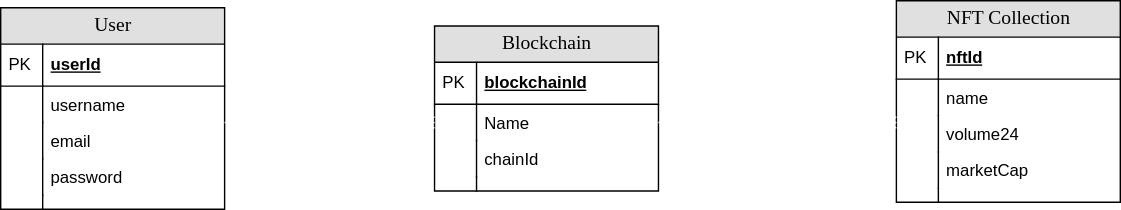
brnguy/Crypto-Tracker keeps this draw.io diagram as ERD.svg. Above is the earlier version. Source tidied: cells renumbered, new cells last; positions are measured from the earlier drawing's top-left corner, leaving out a move shared by most shapes. The source it was exported from:
```xml
<mxGraphModel>
  <root>
    <mxCell id="0" />
    <mxCell id="1" parent="0" />
    <mxCell id="2" value="NFT Collection" style="swimlane;html=1;fontStyle=0;horizontal=1;startSize=26;fillColor=#e0e0e0;swimlaneFillColor=#ffffff;align=center;rounded=0;shadow=0;comic=0;labelBackgroundColor=none;strokeWidth=1;fontFamily=Verdana;fontSize=14;" parent="1" vertex="1">
      <mxGeometry x="640" width="160" height="144" as="geometry" />
    </mxCell>
    <mxCell id="3" value="nftId" style="shape=partialRectangle;top=0;left=0;right=0;bottom=1;html=1;align=left;verticalAlign=middle;fillColor=none;spacingLeft=34;spacingRight=4;whiteSpace=wrap;overflow=hidden;fontStyle=5;" parent="2" vertex="1">
      <mxGeometry y="26" width="160" height="30" as="geometry" />
    </mxCell>
    <mxCell id="4" value="PK" style="shape=partialRectangle;top=0;left=0;bottom=0;html=1;fillColor=none;align=left;verticalAlign=middle;spacingLeft=4;spacingRight=4;whiteSpace=wrap;overflow=hidden;" parent="3" vertex="1">
      <mxGeometry width="30" height="30" as="geometry" />
    </mxCell>
    <mxCell id="5" value="name" style="shape=partialRectangle;top=0;left=0;right=0;bottom=0;html=1;align=left;verticalAlign=top;fillColor=none;spacingLeft=34;spacingRight=4;whiteSpace=wrap;overflow=hidden;" parent="2" vertex="1">
      <mxGeometry y="56" width="160" height="26" as="geometry" />
    </mxCell>
    <mxCell id="6" style="shape=partialRectangle;top=0;left=0;bottom=0;html=1;fillColor=none;align=left;verticalAlign=top;spacingLeft=4;spacingRight=4;whiteSpace=wrap;overflow=hidden;" parent="5" vertex="1">
      <mxGeometry width="30" height="26" as="geometry" />
    </mxCell>
    <mxCell id="7" value="volume24" style="shape=partialRectangle;top=0;left=0;right=0;bottom=0;html=1;align=left;verticalAlign=top;fillColor=none;spacingLeft=34;spacingRight=4;whiteSpace=wrap;overflow=hidden;" parent="2" vertex="1">
      <mxGeometry y="82" width="160" height="26" as="geometry" />
    </mxCell>
    <mxCell id="8" style="shape=partialRectangle;top=0;left=0;bottom=0;html=1;fillColor=none;align=left;verticalAlign=top;spacingLeft=4;spacingRight=4;whiteSpace=wrap;overflow=hidden;" parent="7" vertex="1">
      <mxGeometry width="30" height="26" as="geometry" />
    </mxCell>
    <mxCell id="9" value="marketCap" style="shape=partialRectangle;top=0;left=0;right=0;bottom=0;html=1;align=left;verticalAlign=top;fillColor=none;spacingLeft=34;spacingRight=4;whiteSpace=wrap;overflow=hidden;" parent="2" vertex="1">
      <mxGeometry y="108" width="160" height="26" as="geometry" />
    </mxCell>
    <mxCell id="10" style="shape=partialRectangle;top=0;left=0;bottom=0;html=1;fillColor=none;align=left;verticalAlign=top;spacingLeft=4;spacingRight=4;whiteSpace=wrap;overflow=hidden;" parent="9" vertex="1">
      <mxGeometry width="30" height="26" as="geometry" />
    </mxCell>
    <mxCell id="11" style="shape=partialRectangle;top=0;left=0;right=0;bottom=0;html=1;align=left;verticalAlign=top;fillColor=none;spacingLeft=34;spacingRight=4;whiteSpace=wrap;overflow=hidden;" parent="2" vertex="1">
      <mxGeometry y="134" width="160" height="10" as="geometry" />
    </mxCell>
    <mxCell id="12" style="shape=partialRectangle;top=0;left=0;bottom=0;html=1;fillColor=none;align=left;verticalAlign=top;spacingLeft=4;spacingRight=4;whiteSpace=wrap;overflow=hidden;" parent="11" vertex="1">
      <mxGeometry width="30" height="10" as="geometry" />
    </mxCell>
    <mxCell id="13" value="Blockchain" style="swimlane;html=1;fontStyle=0;horizontal=1;startSize=26;fillColor=#e0e0e0;swimlaneFillColor=#ffffff;align=center;rounded=0;shadow=0;comic=0;labelBackgroundColor=none;strokeWidth=1;fontFamily=Verdana;fontSize=14;" parent="1" vertex="1">
      <mxGeometry x="310" y="18" width="160" height="118" as="geometry" />
    </mxCell>
    <mxCell id="14" value="blockchainId" style="shape=partialRectangle;top=0;left=0;right=0;bottom=1;html=1;align=left;verticalAlign=middle;fillColor=none;spacingLeft=34;spacingRight=4;whiteSpace=wrap;overflow=hidden;fontStyle=5;" parent="13" vertex="1">
      <mxGeometry y="26" width="160" height="30" as="geometry" />
    </mxCell>
    <mxCell id="15" value="PK" style="shape=partialRectangle;top=0;left=0;bottom=0;html=1;fillColor=none;align=left;verticalAlign=middle;spacingLeft=4;spacingRight=4;whiteSpace=wrap;overflow=hidden;" parent="14" vertex="1">
      <mxGeometry width="30" height="30" as="geometry" />
    </mxCell>
    <mxCell id="16" value="Name" style="shape=partialRectangle;top=0;left=0;right=0;bottom=0;html=1;align=left;verticalAlign=top;fillColor=none;spacingLeft=34;spacingRight=4;whiteSpace=wrap;overflow=hidden;points=[[0,0.5],[1,0.5]];portConstraint=eastwest;" parent="13" vertex="1">
      <mxGeometry y="56" width="160" height="26" as="geometry" />
    </mxCell>
    <mxCell id="17" style="shape=partialRectangle;top=0;left=0;bottom=0;html=1;fillColor=none;align=left;verticalAlign=top;spacingLeft=4;spacingRight=4;whiteSpace=wrap;overflow=hidden;" parent="16" vertex="1">
      <mxGeometry width="30" height="26" as="geometry" />
    </mxCell>
    <mxCell id="18" value="chainId" style="shape=partialRectangle;top=0;left=0;right=0;bottom=0;html=1;align=left;verticalAlign=top;fillColor=none;spacingLeft=34;spacingRight=4;whiteSpace=wrap;overflow=hidden;" parent="13" vertex="1">
      <mxGeometry y="82" width="160" height="26" as="geometry" />
    </mxCell>
    <mxCell id="19" style="shape=partialRectangle;top=0;left=0;bottom=0;html=1;fillColor=none;align=left;verticalAlign=top;spacingLeft=4;spacingRight=4;whiteSpace=wrap;overflow=hidden;" parent="18" vertex="1">
      <mxGeometry width="30" height="26" as="geometry" />
    </mxCell>
    <mxCell id="20" style="shape=partialRectangle;top=0;left=0;right=0;bottom=0;html=1;align=left;verticalAlign=top;fillColor=none;spacingLeft=34;spacingRight=4;whiteSpace=wrap;overflow=hidden;" parent="13" vertex="1">
      <mxGeometry y="108" width="160" height="10" as="geometry" />
    </mxCell>
    <mxCell id="21" style="shape=partialRectangle;top=0;left=0;bottom=0;html=1;fillColor=none;align=left;verticalAlign=top;spacingLeft=4;spacingRight=4;whiteSpace=wrap;overflow=hidden;" parent="20" vertex="1">
      <mxGeometry width="30" height="10" as="geometry" />
    </mxCell>
    <mxCell id="22" value="User" style="swimlane;html=1;fontStyle=0;horizontal=1;startSize=26;fillColor=#e0e0e0;swimlaneFillColor=#ffffff;align=center;rounded=0;shadow=0;comic=0;labelBackgroundColor=none;strokeWidth=1;fontFamily=Verdana;fontSize=14;" parent="1" vertex="1">
      <mxGeometry y="5" width="160" height="144" as="geometry" />
    </mxCell>
    <mxCell id="23" value="userId" style="shape=partialRectangle;top=0;left=0;right=0;bottom=1;html=1;align=left;verticalAlign=middle;fillColor=none;spacingLeft=34;spacingRight=4;whiteSpace=wrap;overflow=hidden;fontStyle=5;" parent="22" vertex="1">
      <mxGeometry y="26" width="160" height="30" as="geometry" />
    </mxCell>
    <mxCell id="24" value="PK" style="shape=partialRectangle;top=0;left=0;bottom=0;html=1;fillColor=none;align=left;verticalAlign=middle;spacingLeft=4;spacingRight=4;whiteSpace=wrap;overflow=hidden;" parent="23" vertex="1">
      <mxGeometry width="30" height="30" as="geometry" />
    </mxCell>
    <mxCell id="25" value="username" style="shape=partialRectangle;top=0;left=0;right=0;bottom=0;html=1;align=left;verticalAlign=top;fillColor=none;spacingLeft=34;spacingRight=4;whiteSpace=wrap;overflow=hidden;" parent="22" vertex="1">
      <mxGeometry y="56" width="160" height="26" as="geometry" />
    </mxCell>
    <mxCell id="26" style="shape=partialRectangle;top=0;left=0;bottom=0;html=1;fillColor=none;align=left;verticalAlign=top;spacingLeft=4;spacingRight=4;whiteSpace=wrap;overflow=hidden;" parent="25" vertex="1">
      <mxGeometry width="30" height="26" as="geometry" />
    </mxCell>
    <mxCell id="27" value="email" style="shape=partialRectangle;top=0;left=0;right=0;bottom=0;html=1;align=left;verticalAlign=top;fillColor=none;spacingLeft=34;spacingRight=4;whiteSpace=wrap;overflow=hidden;" parent="22" vertex="1">
      <mxGeometry y="82" width="160" height="26" as="geometry" />
    </mxCell>
    <mxCell id="28" style="shape=partialRectangle;top=0;left=0;bottom=0;html=1;fillColor=none;align=left;verticalAlign=top;spacingLeft=4;spacingRight=4;whiteSpace=wrap;overflow=hidden;" parent="27" vertex="1">
      <mxGeometry width="30" height="26" as="geometry" />
    </mxCell>
    <mxCell id="29" value="password" style="shape=partialRectangle;top=0;left=0;right=0;bottom=0;html=1;align=left;verticalAlign=top;fillColor=none;spacingLeft=34;spacingRight=4;whiteSpace=wrap;overflow=hidden;" parent="22" vertex="1">
      <mxGeometry y="108" width="160" height="26" as="geometry" />
    </mxCell>
    <mxCell id="30" style="shape=partialRectangle;top=0;left=0;bottom=0;html=1;fillColor=none;align=left;verticalAlign=top;spacingLeft=4;spacingRight=4;whiteSpace=wrap;overflow=hidden;" parent="29" vertex="1">
      <mxGeometry width="30" height="26" as="geometry" />
    </mxCell>
    <mxCell id="31" style="shape=partialRectangle;top=0;left=0;right=0;bottom=0;html=1;align=left;verticalAlign=top;fillColor=none;spacingLeft=34;spacingRight=4;whiteSpace=wrap;overflow=hidden;" parent="22" vertex="1">
      <mxGeometry y="134" width="160" height="10" as="geometry" />
    </mxCell>
    <mxCell id="32" style="shape=partialRectangle;top=0;left=0;bottom=0;html=1;fillColor=none;align=left;verticalAlign=top;spacingLeft=4;spacingRight=4;whiteSpace=wrap;overflow=hidden;" parent="31" vertex="1">
      <mxGeometry width="30" height="10" as="geometry" />
    </mxCell>
    <mxCell id="33" style="edgeStyle=none;rounded=0;jettySize=auto;html=1;startArrow=none;startFill=0;endArrow=ERmany;endFill=0;strokeColor=#FFFFFF;" parent="1" edge="1" target="16">
      <mxGeometry relative="1" as="geometry">
        <mxPoint x="160" y="87" as="sourcePoint" />
      </mxGeometry>
    </mxCell>
    <mxCell id="34" style="edgeStyle=none;rounded=0;jettySize=auto;html=1;startArrow=ERmany;startFill=0;endArrow=none;endFill=0;entryX=1;entryY=0.5;entryDx=0;entryDy=0;strokeColor=#FFFFFF;" parent="1" edge="1" target="16">
      <mxGeometry relative="1" as="geometry">
        <mxPoint x="640" y="87" as="sourcePoint" />
      </mxGeometry>
    </mxCell>
  </root>
</mxGraphModel>
```
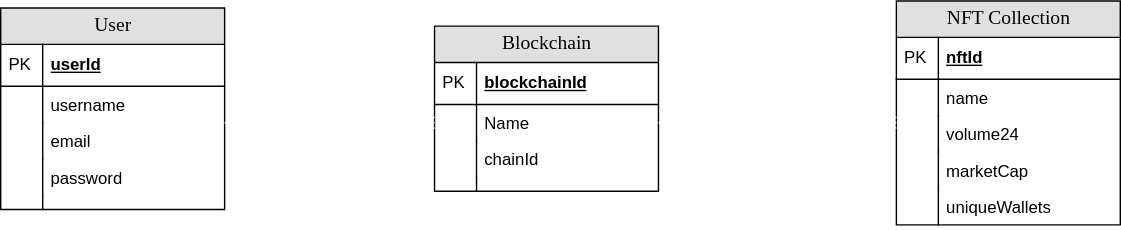
Above is the later version.

Change to the diagram source:
```diff
@@ -3,7 +3,7 @@
     <mxCell id="0" />
     <mxCell id="1" parent="0" />
     <mxCell id="2" value="NFT Collection" style="swimlane;html=1;fontStyle=0;horizontal=1;startSize=26;fillColor=#e0e0e0;swimlaneFillColor=#ffffff;align=center;rounded=0;shadow=0;comic=0;labelBackgroundColor=none;strokeWidth=1;fontFamily=Verdana;fontSize=14;" parent="1" vertex="1">
-      <mxGeometry x="640" width="160" height="144" as="geometry" />
+      <mxGeometry x="640" width="160" height="160" as="geometry" />
     </mxCell>
     <mxCell id="3" value="nftId" style="shape=partialRectangle;top=0;left=0;right=0;bottom=1;html=1;align=left;verticalAlign=middle;fillColor=none;spacingLeft=34;spacingRight=4;whiteSpace=wrap;overflow=hidden;fontStyle=5;" parent="2" vertex="1">
       <mxGeometry y="26" width="160" height="30" as="geometry" />
@@ -29,11 +29,11 @@
     <mxCell id="10" style="shape=partialRectangle;top=0;left=0;bottom=0;html=1;fillColor=none;align=left;verticalAlign=top;spacingLeft=4;spacingRight=4;whiteSpace=wrap;overflow=hidden;" parent="9" vertex="1">
       <mxGeometry width="30" height="26" as="geometry" />
     </mxCell>
-    <mxCell id="11" style="shape=partialRectangle;top=0;left=0;right=0;bottom=0;html=1;align=left;verticalAlign=top;fillColor=none;spacingLeft=34;spacingRight=4;whiteSpace=wrap;overflow=hidden;" parent="2" vertex="1">
-      <mxGeometry y="134" width="160" height="10" as="geometry" />
+    <mxCell id="11" value="uniqueWallets" style="shape=partialRectangle;top=0;left=0;right=0;bottom=0;html=1;align=left;verticalAlign=top;fillColor=none;spacingLeft=34;spacingRight=4;whiteSpace=wrap;overflow=hidden;" parent="2" vertex="1">
+      <mxGeometry y="134" width="160" height="26" as="geometry" />
     </mxCell>
     <mxCell id="12" style="shape=partialRectangle;top=0;left=0;bottom=0;html=1;fillColor=none;align=left;verticalAlign=top;spacingLeft=4;spacingRight=4;whiteSpace=wrap;overflow=hidden;" parent="11" vertex="1">
-      <mxGeometry width="30" height="10" as="geometry" />
+      <mxGeometry width="30" height="26" as="geometry" />
     </mxCell>
     <mxCell id="13" value="Blockchain" style="swimlane;html=1;fontStyle=0;horizontal=1;startSize=26;fillColor=#e0e0e0;swimlaneFillColor=#ffffff;align=center;rounded=0;shadow=0;comic=0;labelBackgroundColor=none;strokeWidth=1;fontFamily=Verdana;fontSize=14;" parent="1" vertex="1">
       <mxGeometry x="310" y="18" width="160" height="118" as="geometry" />
```
